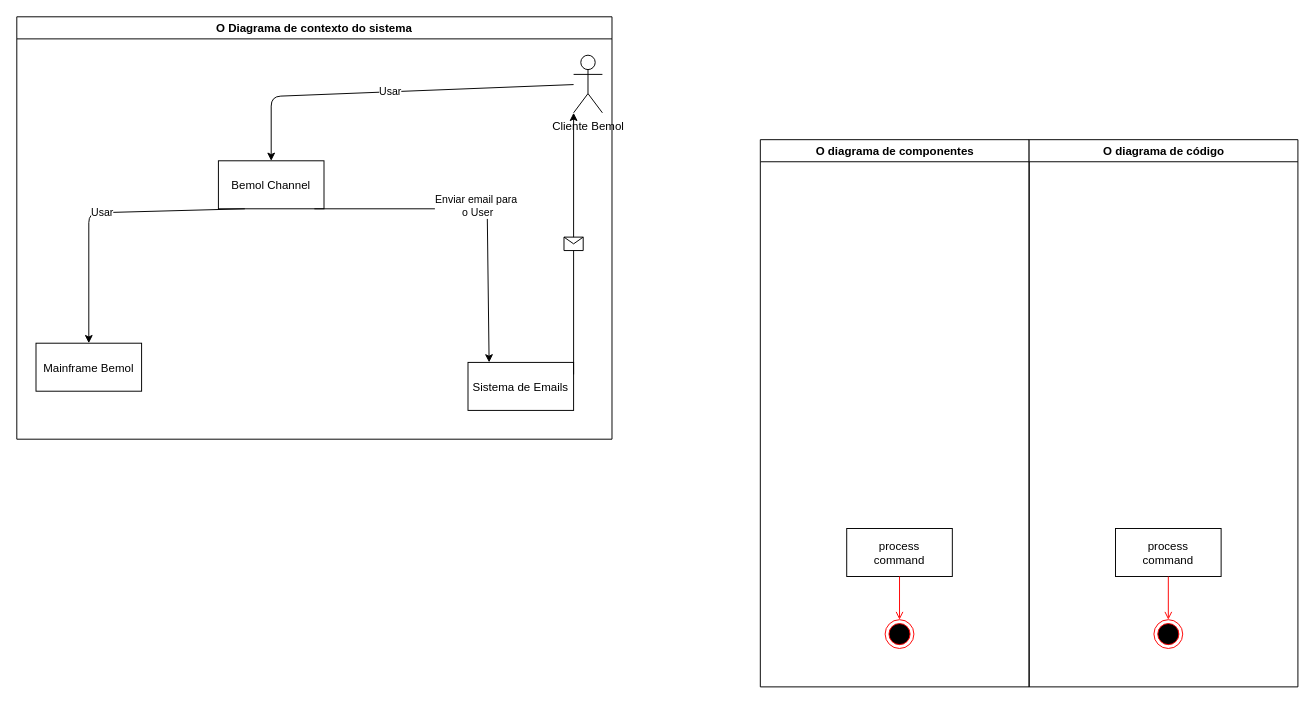
Earlier version of the draw.io diagram page "Page-1" (1 of 2) of src/diagrams/C4_Bemol_Channel.drawio (pedrohs86/channel). Source tidied: cells renumbered, new cells numbered last; positions are measured from the earlier drawing's top-left corner, leaving out a move shared by most shapes. Both pictures are drawn from the tidied source at 96%, with x=0, y=0 at pixel (16, 16).
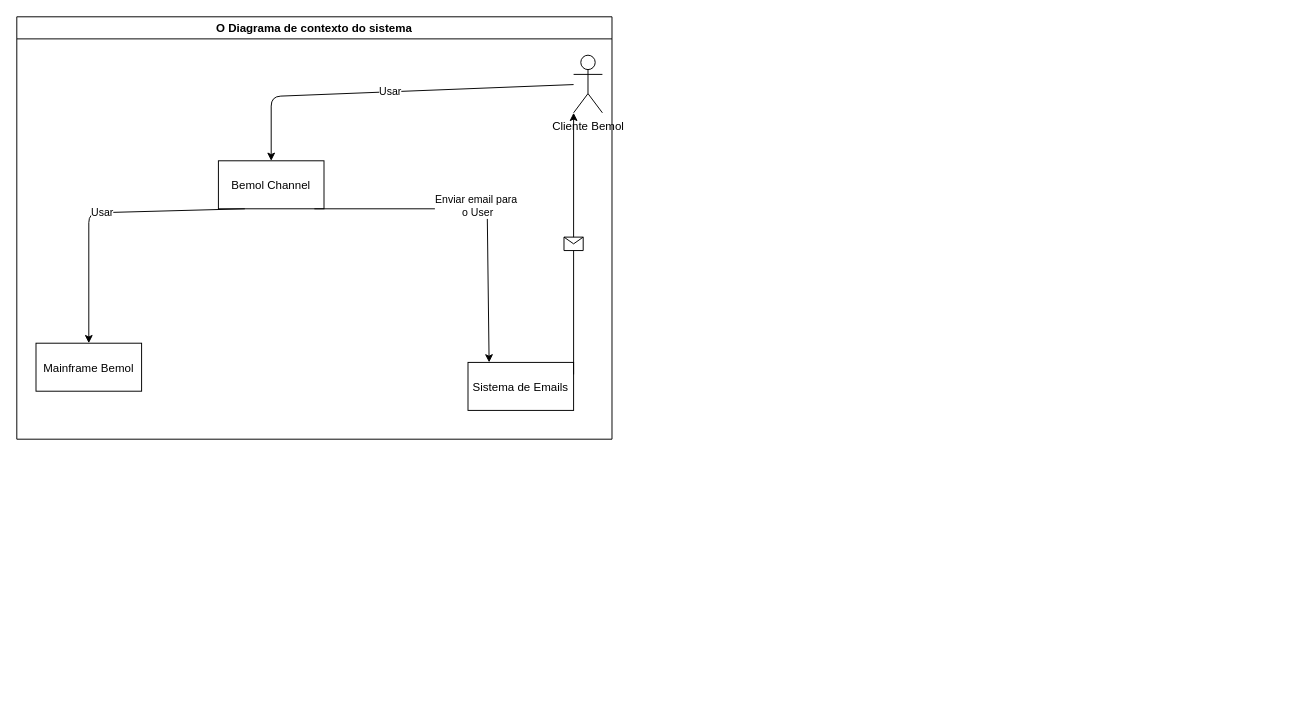
Above is the later version.

Change to the diagram source:
```diff
@@
-    <mxCell id="12" value="O diagrama de componentes" style="swimlane;whiteSpace=wrap;" parent="1" vertex="1">
-      <mxGeometry x="774.5" y="128" width="280" height="570" as="geometry" />
-    </mxCell>
-    <mxCell id="13" value="process&#10;command" parent="12" vertex="1">
-      <mxGeometry x="90" y="405" width="110" height="50" as="geometry" />
-    </mxCell>
-    <mxCell id="14" style="ellipse;shape=endState;fillColor=#000000;strokeColor=#ff0000;" parent="12" vertex="1">
-      <mxGeometry x="130" y="500" width="30" height="30" as="geometry" />
-    </mxCell>
-    <mxCell id="15" style="endArrow=open;strokeColor=#FF0000;endFill=1;rounded=0;" parent="12" edge="1" source="13" target="14">
-      <mxGeometry relative="1" as="geometry" />
-    </mxCell>
-    <mxCell id="16" value="O diagrama de código" style="swimlane;whiteSpace=wrap;" parent="1" vertex="1">
-      <mxGeometry x="1054.5" y="128" width="280" height="570" as="geometry" />
-    </mxCell>
-    <mxCell id="17" value="process&#10;command" parent="16" vertex="1">
-      <mxGeometry x="90" y="405" width="110" height="50" as="geometry" />
-    </mxCell>
-    <mxCell id="18" style="ellipse;shape=endState;fillColor=#000000;strokeColor=#ff0000;" parent="16" vertex="1">
-      <mxGeometry x="130" y="500" width="30" height="30" as="geometry" />
-    </mxCell>
-    <mxCell id="19" style="endArrow=open;strokeColor=#FF0000;endFill=1;rounded=0;" parent="16" edge="1" source="17" target="18">
-      <mxGeometry relative="1" as="geometry" />
-    </mxCell>
```
